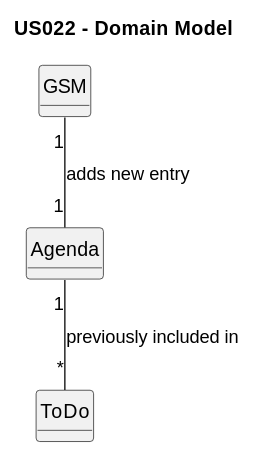
The PlantUML diagram docs/sprintC/us022/02.analysis/svg/us022-domain-model.svg in Rui-San/LAPR2_2023_2024, before a commit. Its diagram source:
```plantuml
@startuml
skinparam monochrome true
skinparam packageStyle rectangle
skinparam shadowing false

title US022 - Domain Model
skinparam classAttributeIconSize 0

hide circle
hide methods



class GSM {

}

class Agenda {

}

class ToDo

GSM "1" -- "1" Agenda : adds new entry
Agenda "1" -- "*" ToDo : previously included in
@enduml
```
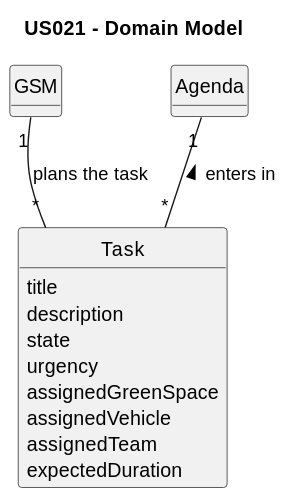
Above is the later version.

What changed in the source:
```diff
@@ -3,7 +3,7 @@
 skinparam packageStyle rectangle
 skinparam shadowing false
 
-title US022 - Domain Model
+title US021 - Domain Model
 skinparam classAttributeIconSize 0
 
 hide circle
@@ -14,13 +14,21 @@
 class GSM {
 
 }
-
 class Agenda {
 
 }
 
-class ToDo
+class Task{
+    title
+    description
+    state
+    urgency
+    assignedGreenSpace
+    assignedVehicle
+    assignedTeam
+    expectedDuration
+}
 
-GSM "1" -- "1" Agenda : adds new entry
-Agenda "1" -- "*" ToDo : previously included in
+GSM "1" -- "*" Task : "plans the task"
+Agenda "1" -- "*" Task : "enters in <"
 @enduml
```
